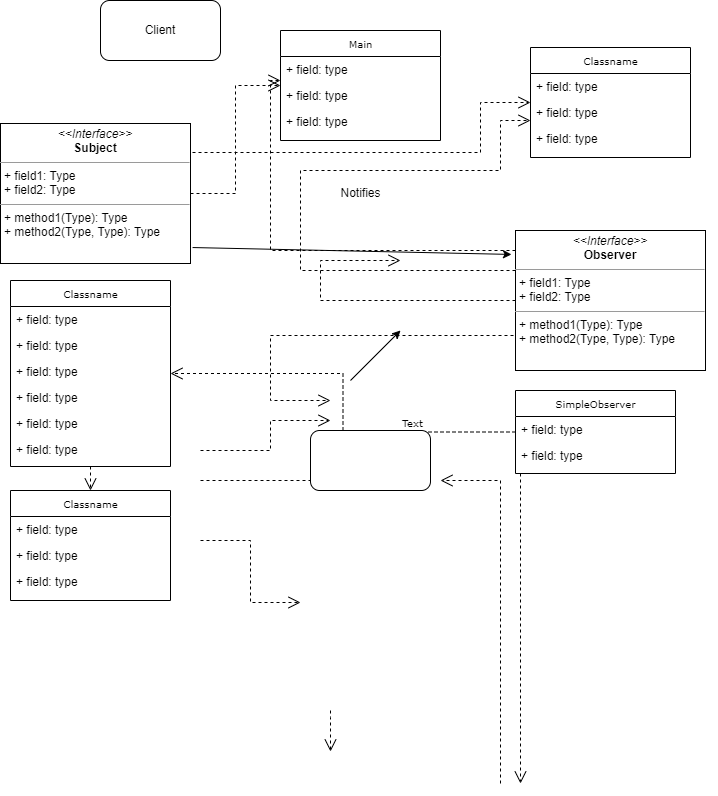
Before: Assign5Part1Class.drawio.png, a diagram exported from draw.io (jimmyjazz31/CS665Assign5). Source tidied: cells renumbered, new cells last; positions are measured from the earlier drawing's top-left corner, leaving out a move shared by most shapes.
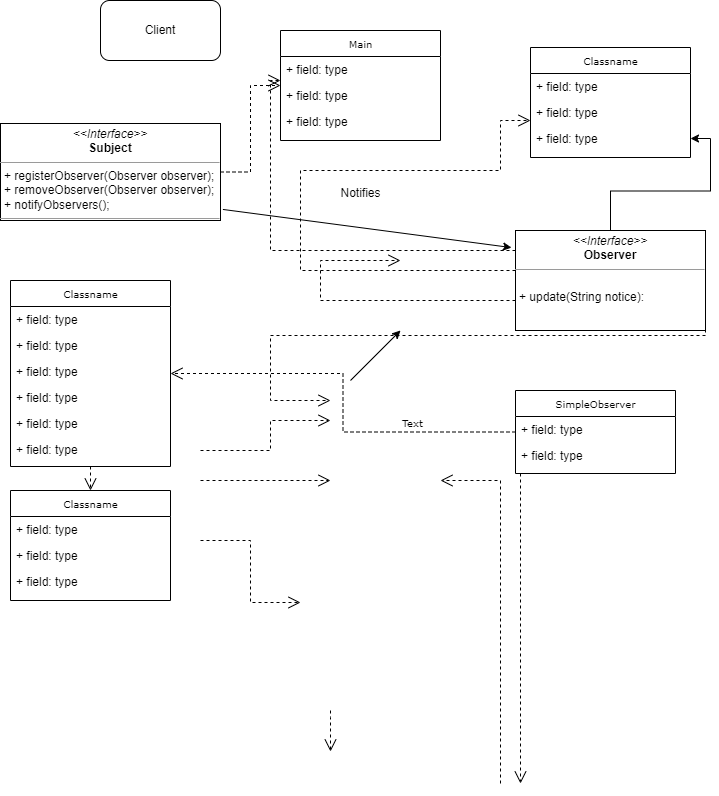
After the change.

What changed in the source:
```diff
@@ -105,16 +105,8 @@
     <mxCell id="30" style="edgeStyle=orthogonalEdgeStyle;rounded=0;html=1;labelBackgroundColor=none;startFill=0;endArrow=open;endFill=0;endSize=10;fontFamily=Verdana;fontSize=10;dashed=1;" parent="1" edge="1" source="32" target="10">
       <mxGeometry relative="1" as="geometry" />
     </mxCell>
-    <mxCell id="31" style="edgeStyle=orthogonalEdgeStyle;rounded=0;html=1;exitX=1;exitY=0.75;dashed=1;labelBackgroundColor=none;startFill=0;endArrow=open;endFill=0;endSize=10;fontFamily=Verdana;fontSize=10;" parent="1" edge="1" source="32" target="14">
-      <mxGeometry relative="1" as="geometry">
-        <Array as="points">
-          <mxPoint x="480" y="152" />
-          <mxPoint x="480" y="102" />
-        </Array>
-      </mxGeometry>
-    </mxCell>
-    <mxCell id="32" value="&lt;p style=&quot;margin:0px;margin-top:4px;text-align:center;&quot;&gt;&lt;i&gt;&amp;lt;&amp;lt;Interface&amp;gt;&amp;gt;&lt;/i&gt;&lt;br&gt;&lt;b&gt;Subject&lt;/b&gt;&lt;/p&gt;&lt;hr size=&quot;1&quot;&gt;&lt;p style=&quot;margin:0px;margin-left:4px;&quot;&gt;+ field1: Type&lt;br&gt;+ field2: Type&lt;/p&gt;&lt;hr size=&quot;1&quot;&gt;&lt;p style=&quot;margin:0px;margin-left:4px;&quot;&gt;+ method1(Type): Type&lt;br&gt;+ method2(Type, Type): Type&lt;/p&gt;" style="verticalAlign=top;align=left;overflow=fill;fontSize=12;fontFamily=Helvetica;html=1;rounded=0;shadow=0;comic=0;labelBackgroundColor=none;strokeWidth=1;" parent="1" vertex="1">
-      <mxGeometry y="123" width="190" height="140" as="geometry" />
+    <mxCell id="32" value="&lt;p style=&quot;margin:0px;margin-top:4px;text-align:center;&quot;&gt;&lt;i&gt;&amp;lt;&amp;lt;Interface&amp;gt;&amp;gt;&lt;/i&gt;&lt;br&gt;&lt;b&gt;Subject&lt;/b&gt;&lt;/p&gt;&lt;hr size=&quot;1&quot;&gt;&lt;p style=&quot;margin:0px;margin-left:4px;&quot;&gt;+ registerObserver(Observer observer);&lt;br&gt;+ removeObserver(&lt;span style=&quot;background-color: initial;&quot;&gt;Observer observer&lt;/span&gt;&lt;span style=&quot;background-color: initial;&quot;&gt;);&lt;/span&gt;&lt;/p&gt;&lt;p style=&quot;margin:0px;margin-left:4px;&quot;&gt;+ notifyObservers();&lt;/p&gt;&lt;hr size=&quot;1&quot;&gt;&lt;p style=&quot;margin:0px;margin-left:4px;&quot;&gt;&lt;br&gt;&lt;br&gt;&lt;/p&gt;" style="verticalAlign=top;align=left;overflow=fill;fontSize=12;fontFamily=Helvetica;html=1;rounded=0;shadow=0;comic=0;labelBackgroundColor=none;strokeWidth=1;" parent="1" vertex="1">
+      <mxGeometry y="123" width="220" height="97" as="geometry" />
     </mxCell>
     <mxCell id="33" style="edgeStyle=orthogonalEdgeStyle;rounded=0;html=1;dashed=1;labelBackgroundColor=none;startFill=0;endArrow=open;endFill=0;endSize=10;fontFamily=Verdana;fontSize=10;" parent="1" edge="1" source="37" target="10">
       <mxGeometry relative="1" as="geometry">
@@ -152,8 +144,11 @@
         </Array>
       </mxGeometry>
     </mxCell>
+    <mxCell id="47" style="edgeStyle=orthogonalEdgeStyle;rounded=0;jettySize=auto;html=1;" parent="1" edge="1" source="37" target="17">
+      <mxGeometry relative="1" as="geometry" />
+    </mxCell>
-    <mxCell id="37" value="&lt;p style=&quot;margin:0px;margin-top:4px;text-align:center;&quot;&gt;&lt;i&gt;&amp;lt;&amp;lt;Interface&amp;gt;&amp;gt;&lt;/i&gt;&lt;br&gt;&lt;b&gt;Observer&lt;/b&gt;&lt;/p&gt;&lt;hr size=&quot;1&quot;&gt;&lt;p style=&quot;margin:0px;margin-left:4px;&quot;&gt;+ field1: Type&lt;br&gt;+ field2: Type&lt;/p&gt;&lt;hr size=&quot;1&quot;&gt;&lt;p style=&quot;margin:0px;margin-left:4px;&quot;&gt;+ method1(Type): Type&lt;br&gt;+ method2(Type, Type): Type&lt;/p&gt;" style="verticalAlign=top;align=left;overflow=fill;fontSize=12;fontFamily=Helvetica;html=1;rounded=0;shadow=0;comic=0;labelBackgroundColor=none;strokeWidth=1;" parent="1" vertex="1">
-      <mxGeometry x="515" y="230" width="190" height="140" as="geometry" />
+    <mxCell id="37" value="&lt;p style=&quot;margin:0px;margin-top:4px;text-align:center;&quot;&gt;&lt;i&gt;&amp;lt;&amp;lt;Interface&amp;gt;&amp;gt;&lt;/i&gt;&lt;br&gt;&lt;b&gt;Observer&lt;/b&gt;&lt;/p&gt;&lt;hr size=&quot;1&quot;&gt;&lt;p style=&quot;margin:0px;margin-left:4px;&quot;&gt;&lt;/p&gt;&lt;p style=&quot;margin:0px;margin-left:4px;&quot;&gt;&lt;br&gt;+ update(String notice):&lt;/p&gt;" style="verticalAlign=top;align=left;overflow=fill;fontSize=12;fontFamily=Helvetica;html=1;rounded=0;shadow=0;comic=0;labelBackgroundColor=none;strokeWidth=1;" parent="1" vertex="1">
+      <mxGeometry x="515" y="230" width="190" height="100" as="geometry" />
     </mxCell>
     <mxCell id="38" style="edgeStyle=orthogonalEdgeStyle;rounded=0;html=1;dashed=1;labelBackgroundColor=none;startFill=0;endArrow=open;endFill=0;endSize=10;fontFamily=Verdana;fontSize=10;" parent="1" edge="1">
       <mxGeometry relative="1" as="geometry">
@@ -201,9 +196,6 @@
     <mxCell id="44" value="Notifies" style="text;html=1;align=center;verticalAlign=middle;strokeColor=none;fillColor=none;" parent="1" vertex="1">
       <mxGeometry x="330" y="178" width="60" height="30" as="geometry" />
     </mxCell>
-    <mxCell id="45" style="rounded=1;whiteSpace=wrap;html=1;" parent="1" vertex="1">
-      <mxGeometry x="310" y="430" width="120" height="60" as="geometry" />
-    </mxCell>
     <mxCell id="46" value="Client" style="rounded=1;whiteSpace=wrap;html=1;" parent="1" vertex="1">
       <mxGeometry x="100" width="120" height="60" as="geometry" />
     </mxCell>
```
